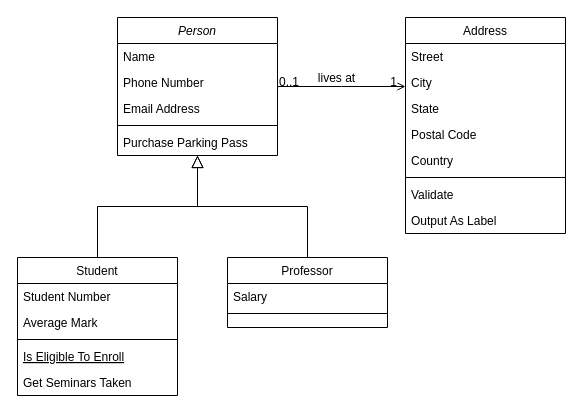
Before: .idea/Диаграмма без названия.drawio in Munara19931803/FinalProject1, a draw.io diagram. Source tidied: cells renumbered, new cells numbered last; positions are measured from the earlier drawing's top-left corner, leaving out a move shared by most shapes. Both pictures are drawn from the tidied source at 100%, with x=0, y=0 at pixel (17, 17).
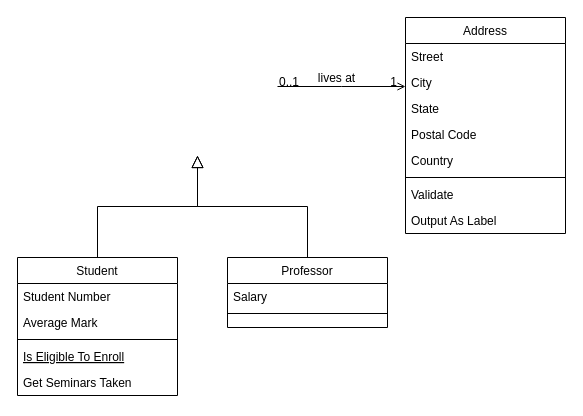
Above is the later version.

Unchanged cells that the change refers to:
```xml
<mxCell id="8" value="Student" style="swimlane;fontStyle=0;align=center;verticalAlign=top;horizontal=1;startSize=26;rounded=0;shadow=0;strokeWidth=1;" parent="1" vertex="1">
  <mxGeometry y="240" width="160" height="138" as="geometry" />
</mxCell>
<mxCell id="15" value="Professor" style="swimlane;fontStyle=0;align=center;verticalAlign=top;horizontal=1;startSize=26;rounded=0;shadow=0;strokeWidth=1;" parent="1" vertex="1">
  <mxGeometry x="210" y="240" width="160" height="70" as="geometry" />
</mxCell>
<mxCell id="19" value="Address" style="swimlane;fontStyle=0;align=center;verticalAlign=top;horizontal=1;startSize=26;rounded=0;shadow=0;strokeWidth=1;" parent="1" vertex="1">
  <mxGeometry x="388" width="160" height="216" as="geometry" />
</mxCell>
```

Change to the diagram source:
```diff
@@
-    <mxCell id="2" value="Person" style="swimlane;fontStyle=2;align=center;verticalAlign=top;horizontal=1;startSize=26;rounded=0;shadow=0;strokeWidth=1;" parent="1" vertex="1">
-      <mxGeometry x="100" width="160" height="138" as="geometry" />
-    </mxCell>
-    <mxCell id="3" value="Name" style="text;align=left;verticalAlign=top;spacingLeft=4;spacingRight=4;overflow=hidden;" parent="2" vertex="1">
-      <mxGeometry y="26" width="160" height="26" as="geometry" />
-    </mxCell>
-    <mxCell id="4" value="Phone Number" style="text;align=left;verticalAlign=top;spacingLeft=4;spacingRight=4;overflow=hidden;rounded=0;shadow=0;html=0;" parent="2" vertex="1">
-      <mxGeometry y="52" width="160" height="26" as="geometry" />
-    </mxCell>
-    <mxCell id="5" value="Email Address" style="text;align=left;verticalAlign=top;spacingLeft=4;spacingRight=4;overflow=hidden;rounded=0;shadow=0;html=0;" parent="2" vertex="1">
-      <mxGeometry y="78" width="160" height="26" as="geometry" />
-    </mxCell>
-    <mxCell id="6" style="line;html=1;strokeWidth=1;align=left;verticalAlign=middle;spacingTop=-1;spacingLeft=3;spacingRight=3;labelPosition=right;" parent="2" vertex="1">
-      <mxGeometry y="104" width="160" height="8" as="geometry" />
-    </mxCell>
-    <mxCell id="7" value="Purchase Parking Pass" style="text;align=left;verticalAlign=top;spacingLeft=4;spacingRight=4;overflow=hidden;" parent="2" vertex="1">
-      <mxGeometry y="112" width="160" height="26" as="geometry" />
-    </mxCell>
@@
-    <mxCell id="14" style="endArrow=block;endSize=10;endFill=0;shadow=0;strokeWidth=1;rounded=0;edgeStyle=elbowEdgeStyle;elbow=vertical;" parent="1" edge="1" source="8" target="2">
-      <mxGeometry relative="1" as="geometry" />
+    <mxCell id="14" style="endArrow=block;endSize=10;endFill=0;shadow=0;strokeWidth=1;rounded=0;edgeStyle=elbowEdgeStyle;elbow=vertical;" parent="1" edge="1" source="8">
+      <mxGeometry relative="1" as="geometry">
+        <mxPoint x="180" y="138" as="targetPoint" />
+      </mxGeometry>
     </mxCell>
@@
-    <mxCell id="18" style="endArrow=block;endSize=10;endFill=0;shadow=0;strokeWidth=1;rounded=0;edgeStyle=elbowEdgeStyle;elbow=vertical;" parent="1" edge="1" source="15" target="2">
-      <mxGeometry relative="1" as="geometry" />
+    <mxCell id="18" style="endArrow=block;endSize=10;endFill=0;shadow=0;strokeWidth=1;rounded=0;edgeStyle=elbowEdgeStyle;elbow=vertical;" parent="1" edge="1" source="15">
+      <mxGeometry relative="1" as="geometry">
+        <mxPoint x="180" y="138" as="targetPoint" />
+      </mxGeometry>
     </mxCell>
@@
-    <mxCell id="28" style="endArrow=open;shadow=0;strokeWidth=1;rounded=0;endFill=1;edgeStyle=elbowEdgeStyle;elbow=vertical;" parent="1" edge="1" source="2" target="19">
+    <mxCell id="28" style="endArrow=open;shadow=0;strokeWidth=1;rounded=0;endFill=1;edgeStyle=elbowEdgeStyle;elbow=vertical;" parent="1" edge="1" target="19">
       <mxGeometry x="0.5" y="41" relative="1" as="geometry">
+        <mxPoint x="260" y="69" as="sourcePoint" />
         <mxPoint x="-40" y="32" as="offset" />
       </mxGeometry>
     </mxCell>
```
